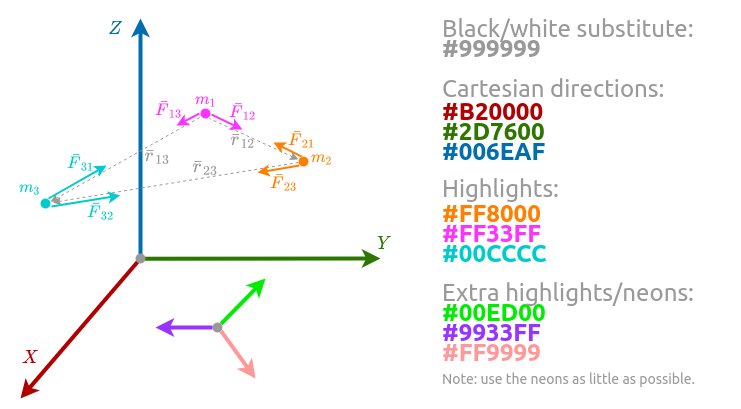
The draw.io diagram media/styling.png in Hans-Bananendans/Astrodynamics-Companion, before a commit. Source tidied: cells renumbered, new cells last; positions are measured from the earlier drawing's top-left corner, leaving out a move shared by most shapes.
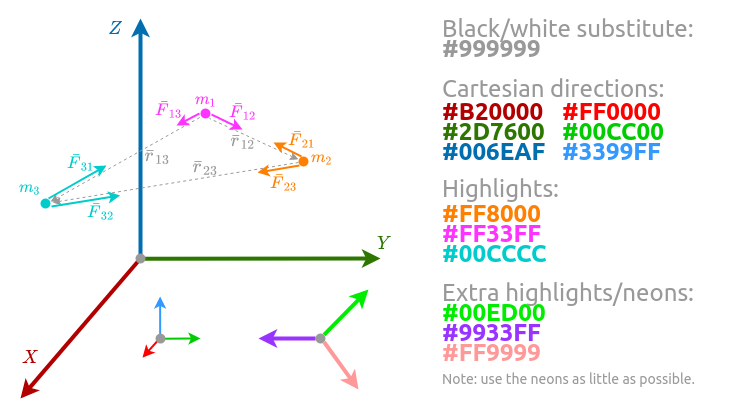
After the commit.

Commit message:
Updated styling guide

Change to the diagram source:
```diff
@@ -132,13 +132,13 @@
       <mxGeometry x="270" y="154" width="28" height="20" as="geometry" />
     </mxCell>
     <mxCell id="33" value="&lt;font&gt;&lt;b&gt;#B20000&lt;/b&gt;&lt;br&gt;&lt;/font&gt;" style="text;html=1;strokeColor=none;fillColor=none;align=left;verticalAlign=middle;whiteSpace=wrap;rounded=0;fontColor=#B20000;fontSize=24;fontFamily=ubuntu;" parent="1" vertex="1">
-      <mxGeometry x="440" y="83" width="200" height="20" as="geometry" />
+      <mxGeometry x="440" y="83" width="120" height="20" as="geometry" />
     </mxCell>
     <mxCell id="34" value="&lt;font&gt;&lt;b&gt;#2D7600&lt;/b&gt;&lt;br&gt;&lt;/font&gt;" style="text;html=1;strokeColor=none;fillColor=none;align=left;verticalAlign=middle;whiteSpace=wrap;rounded=0;fontColor=#2D7600;fontSize=24;fontFamily=ubuntu;" parent="1" vertex="1">
-      <mxGeometry x="440" y="103" width="200" height="20" as="geometry" />
+      <mxGeometry x="440" y="103" width="120" height="20" as="geometry" />
     </mxCell>
     <mxCell id="35" value="&lt;font&gt;&lt;b&gt;#006EAF&lt;/b&gt;&lt;br&gt;&lt;/font&gt;" style="text;html=1;strokeColor=none;fillColor=none;align=left;verticalAlign=middle;whiteSpace=wrap;rounded=0;fontColor=#006EAF;fontSize=24;fontFamily=ubuntu;" parent="1" vertex="1">
-      <mxGeometry x="440" y="123" width="200" height="20" as="geometry" />
+      <mxGeometry x="440" y="123" width="120" height="20" as="geometry" />
     </mxCell>
     <mxCell id="36" value="&lt;font&gt;&lt;b&gt;#999999&lt;/b&gt;&lt;br&gt;&lt;/font&gt;" style="text;html=1;strokeColor=none;fillColor=none;align=left;verticalAlign=middle;whiteSpace=wrap;rounded=0;fontColor=#999999;fontSize=24;fontFamily=ubuntu;" parent="1" vertex="1">
       <mxGeometry x="440" y="20" width="200" height="20" as="geometry" />
@@ -177,22 +177,52 @@
       <mxGeometry x="440" y="344" width="300" height="26" as="geometry" />
     </mxCell>
     <mxCell id="48" style="ellipse;whiteSpace=wrap;html=1;strokeColor=none;fillColor=#999999;direction=south;" parent="1" vertex="1">
-      <mxGeometry x="212" y="304" width="10" height="10" as="geometry" />
+      <mxGeometry x="315" y="315" width="10" height="10" as="geometry" />
     </mxCell>
     <mxCell id="49" style="jettySize=auto;html=1;fontSize=11;strokeColor=#9933FF;fillColor=#e51400;rounded=0;strokeWidth=4;exitX=0.5;exitY=1;exitDx=0;exitDy=0;" parent="1" edge="1" source="48">
       <mxGeometry relative="1" as="geometry">
-        <mxPoint x="155" y="309" as="targetPoint" />
+        <mxPoint x="258" y="320" as="targetPoint" />
       </mxGeometry>
     </mxCell>
     <mxCell id="50" style="jettySize=auto;html=1;fontSize=11;strokeColor=#00ED00;fillColor=#e51400;rounded=0;strokeWidth=4;exitX=0;exitY=0;exitDx=0;exitDy=0;" parent="1" edge="1" source="48">
       <mxGeometry relative="1" as="geometry">
-        <mxPoint x="265" y="260" as="targetPoint" />
+        <mxPoint x="368" y="271" as="targetPoint" />
       </mxGeometry>
     </mxCell>
     <mxCell id="51" style="jettySize=auto;html=1;fontSize=11;strokeColor=#FF9999;fillColor=#e51400;rounded=0;strokeWidth=4;exitX=1;exitY=0;exitDx=0;exitDy=0;" parent="1" edge="1" source="48">
       <mxGeometry relative="1" as="geometry">
-        <mxPoint x="255" y="360" as="targetPoint" />
+        <mxPoint x="358" y="371" as="targetPoint" />
       </mxGeometry>
     </mxCell>
+    <mxCell id="52" value="&lt;font&gt;&lt;b&gt;#FF0000&lt;/b&gt;&lt;br&gt;&lt;/font&gt;" style="text;html=1;strokeColor=none;fillColor=none;align=left;verticalAlign=middle;whiteSpace=wrap;rounded=0;fontColor=#FF0000;fontSize=24;fontFamily=ubuntu;" parent="1" vertex="1">
+      <mxGeometry x="560" y="83" width="120" height="20" as="geometry" />
+    </mxCell>
+    <mxCell id="53" value="&lt;font&gt;&lt;b&gt;#00CC00&lt;/b&gt;&lt;br&gt;&lt;/font&gt;" style="text;html=1;strokeColor=none;fillColor=none;align=left;verticalAlign=middle;whiteSpace=wrap;rounded=0;fontColor=#00CC00;fontSize=24;fontFamily=ubuntu;" parent="1" vertex="1">
+      <mxGeometry x="560" y="103" width="120" height="20" as="geometry" />
+    </mxCell>
+    <mxCell id="54" value="&lt;font&gt;&lt;b&gt;#3399FF&lt;/b&gt;&lt;br&gt;&lt;/font&gt;" style="text;html=1;strokeColor=none;fillColor=none;align=left;verticalAlign=middle;whiteSpace=wrap;rounded=0;fontColor=#3399FF;fontSize=24;fontFamily=ubuntu;" parent="1" vertex="1">
+      <mxGeometry x="560" y="123" width="120" height="20" as="geometry" />
+    </mxCell>
+    <mxCell id="55" style="orthogonalLoop=1;jettySize=auto;html=1;fontSize=11;strokeColor=#3399FF;fillColor=#60a917;rounded=0;strokeWidth=2;" parent="1" edge="1">
+      <mxGeometry relative="1" as="geometry">
+        <mxPoint x="159.7" y="318.2" as="sourcePoint" />
+        <mxPoint x="159.7" y="278" as="targetPoint" />
+      </mxGeometry>
+    </mxCell>
+    <mxCell id="56" style="orthogonalLoop=1;jettySize=auto;html=1;fontSize=11;strokeColor=#00CC00;fillColor=#60a917;rounded=0;strokeWidth=2;" parent="1" edge="1">
+      <mxGeometry relative="1" as="geometry">
+        <mxPoint x="160" y="320.2" as="sourcePoint" />
+        <mxPoint x="200" y="320" as="targetPoint" />
+      </mxGeometry>
+    </mxCell>
+    <mxCell id="57" style="orthogonalLoop=1;jettySize=auto;html=1;fontSize=11;strokeColor=#FF0000;fillColor=#e51400;rounded=0;strokeWidth=2;" parent="1" edge="1">
+      <mxGeometry relative="1" as="geometry">
+        <mxPoint x="160" y="319.1" as="sourcePoint" />
+        <mxPoint x="142" y="339.1" as="targetPoint" />
+      </mxGeometry>
+    </mxCell>
+    <mxCell id="58" style="ellipse;whiteSpace=wrap;html=1;strokeColor=none;fillColor=#999999;direction=south;" parent="1" vertex="1">
+      <mxGeometry x="155" y="315.1" width="10" height="10" as="geometry" />
+    </mxCell>
   </root>
 </mxGraphModel>
```
